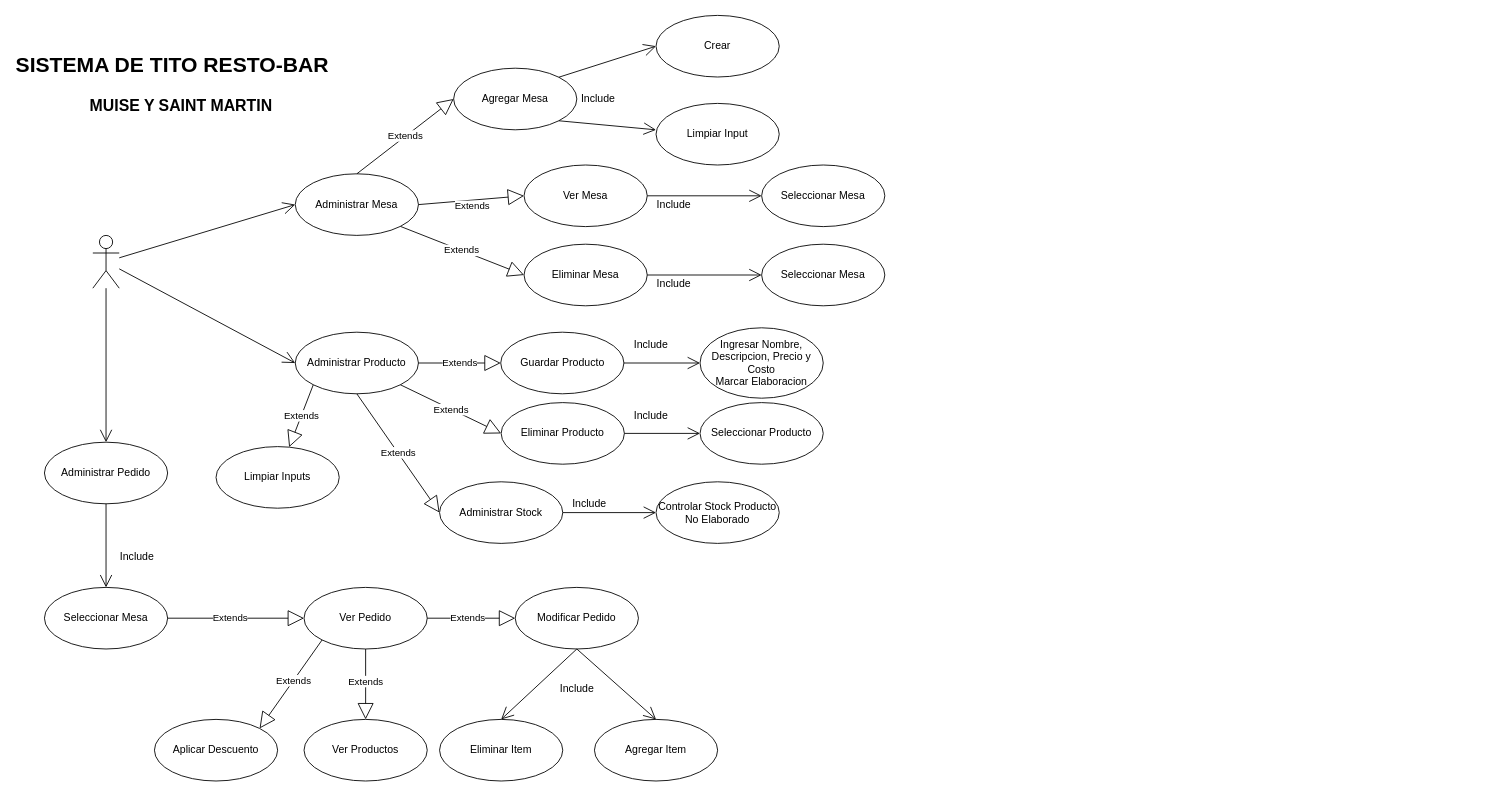
Earlier version of the draw.io diagram Diagrama CDU.drawio (VinceSM/Diagramas_Tito). Source tidied: cells renumbered, new cells numbered last; positions are measured from the earlier drawing's top-left corner, leaving out a move shared by most shapes. Both pictures are drawn from the tidied source at 88%, with x=0, y=0 at pixel (44, 15).
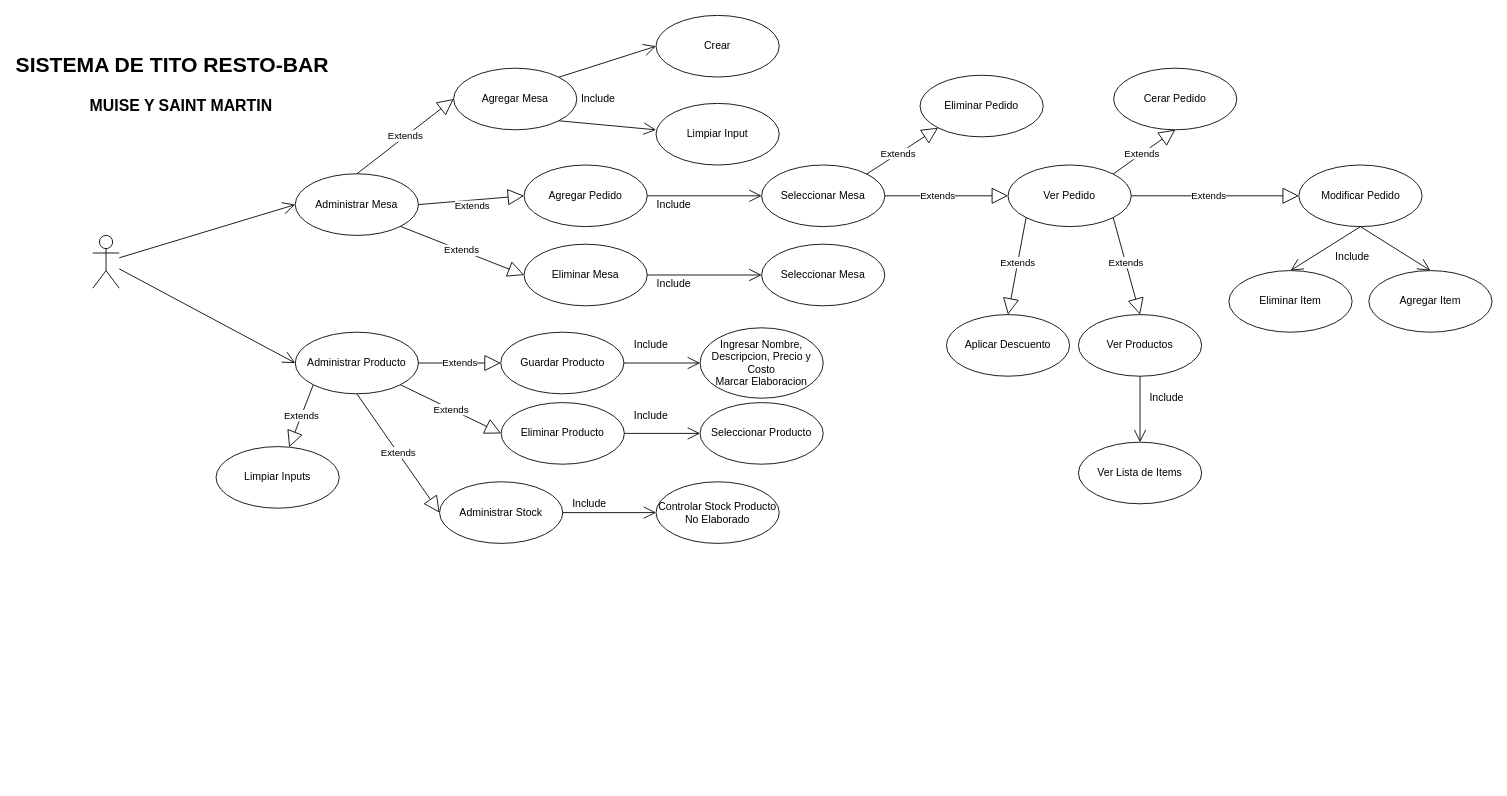
After the change.

Commit message (it also covers changes not shown here):
Diagramas Terminados

Unchanged cells that the change refers to:
```xml
<mxCell id="2" style="shape=umlActor;verticalLabelPosition=bottom;verticalAlign=top;html=1;outlineConnect=0;" parent="1" vertex="1">
  <mxGeometry x="55" y="250" width="30" height="60" as="geometry" />
</mxCell>
<mxCell id="32" value="Seleccionar Mesa" style="ellipse;whiteSpace=wrap;html=1;" parent="1" vertex="1">
  <mxGeometry x="815" y="170" width="140" height="70" as="geometry" />
</mxCell>
```

Diff of the diagram source:
```diff
@@
-    <mxCell id="6" value="Ver Mesa" style="ellipse;whiteSpace=wrap;html=1;" parent="1" vertex="1">
+    <mxCell id="6" value="Agregar Pedido" style="ellipse;whiteSpace=wrap;html=1;" parent="1" vertex="1">
       <mxGeometry x="545" y="170" width="140" height="70" as="geometry" />
     </mxCell>
@@
-    <mxCell id="36" style="endArrow=open;endFill=1;endSize=12;html=1;rounded=0;entryX=0.5;entryY=0;entryDx=0;entryDy=0;" parent="1" edge="1" source="2" target="37">
-      <mxGeometry relative="1" as="geometry" />
-    </mxCell>
-    <mxCell id="37" value="Administrar Pedido" style="ellipse;whiteSpace=wrap;html=1;" parent="1" vertex="1">
-      <mxGeometry y="485" width="140" height="70" as="geometry" />
-    </mxCell>
-    <mxCell id="38" style="endArrow=open;endFill=1;endSize=12;html=1;rounded=0;exitX=0.5;exitY=1;exitDx=0;exitDy=0;entryX=0.5;entryY=0;entryDx=0;entryDy=0;" parent="1" edge="1" source="37" target="40">
-      <mxGeometry relative="1" as="geometry" />
-    </mxCell>
-    <mxCell id="39" value="Include" style="text;html=1;align=center;verticalAlign=middle;strokeColor=none;fillColor=none;" parent="1" vertex="1">
-      <mxGeometry x="75" y="600" width="60" height="30" as="geometry" />
-    </mxCell>
-    <mxCell id="40" value="Seleccionar Mesa" style="ellipse;whiteSpace=wrap;html=1;" parent="1" vertex="1">
-      <mxGeometry y="650" width="140" height="70" as="geometry" />
-    </mxCell>
-    <mxCell id="41" value="Extends" style="endArrow=block;endSize=16;endFill=0;html=1;rounded=0;exitX=1;exitY=0.5;exitDx=0;exitDy=0;entryX=0;entryY=0.5;entryDx=0;entryDy=0;" parent="1" edge="1" source="40" target="42">
-      <mxGeometry x="-0.08" relative="1" as="geometry" />
-    </mxCell>
     <mxCell id="42" value="Ver Pedido" style="ellipse;whiteSpace=wrap;html=1;" parent="1" vertex="1">
-      <mxGeometry x="295" y="650" width="140" height="70" as="geometry" />
+      <mxGeometry x="1095" y="170" width="140" height="70" as="geometry" />
     </mxCell>
@@
     <mxCell id="44" value="Modificar Pedido" style="ellipse;whiteSpace=wrap;html=1;" parent="1" vertex="1">
-      <mxGeometry x="535" y="650" width="140" height="70" as="geometry" />
+      <mxGeometry x="1425.5" y="170" width="140" height="70" as="geometry" />
     </mxCell>
     <mxCell id="45" value="Include" style="text;html=1;align=center;verticalAlign=middle;strokeColor=none;fillColor=none;" parent="1" vertex="1">
-      <mxGeometry x="575" y="750" width="60" height="30" as="geometry" />
+      <mxGeometry x="1455.5" y="260" width="60" height="30" as="geometry" />
     </mxCell>
@@
     <mxCell id="47" value="Agregar Item" style="ellipse;whiteSpace=wrap;html=1;" parent="1" vertex="1">
-      <mxGeometry x="625" y="800" width="140" height="70" as="geometry" />
+      <mxGeometry x="1505" y="290" width="140" height="70" as="geometry" />
     </mxCell>
@@
     <mxCell id="49" value="Eliminar Item" style="ellipse;whiteSpace=wrap;html=1;" parent="1" vertex="1">
-      <mxGeometry x="449" y="800" width="140" height="70" as="geometry" />
+      <mxGeometry x="1346" y="290" width="140" height="70" as="geometry" />
     </mxCell>
     <mxCell id="50" value="Ver Productos" style="ellipse;whiteSpace=wrap;html=1;" parent="1" vertex="1">
-      <mxGeometry x="295" y="800" width="140" height="70" as="geometry" />
+      <mxGeometry x="1175" y="340" width="140" height="70" as="geometry" />
     </mxCell>
@@
-    <mxCell id="58" value="Extends" style="endArrow=block;endSize=16;endFill=0;html=1;rounded=0;exitX=0.5;exitY=1;exitDx=0;exitDy=0;entryX=0.5;entryY=0;entryDx=0;entryDy=0;" parent="1" edge="1" source="42" target="50">
+    <mxCell id="58" value="Extends" style="endArrow=block;endSize=16;endFill=0;html=1;rounded=0;exitX=1;exitY=1;exitDx=0;exitDy=0;entryX=0.5;entryY=0;entryDx=0;entryDy=0;" parent="1" edge="1" source="42" target="50">
       <mxGeometry x="-0.08" relative="1" as="geometry" />
     </mxCell>
-    <mxCell id="59" value="Extends" style="endArrow=block;endSize=16;endFill=0;html=1;rounded=0;exitX=0;exitY=1;exitDx=0;exitDy=0;entryX=1;entryY=0;entryDx=0;entryDy=0;" parent="1" edge="1" source="42" target="60">
+    <mxCell id="59" value="Extends" style="endArrow=block;endSize=16;endFill=0;html=1;rounded=0;exitX=0;exitY=1;exitDx=0;exitDy=0;entryX=0.5;entryY=0;entryDx=0;entryDy=0;" parent="1" edge="1" source="42" target="60">
       <mxGeometry x="-0.08" relative="1" as="geometry" />
     </mxCell>
     <mxCell id="60" value="Aplicar Descuento" style="ellipse;whiteSpace=wrap;html=1;" parent="1" vertex="1">
-      <mxGeometry x="125" y="800" width="140" height="70" as="geometry" />
+      <mxGeometry x="1025" y="340" width="140" height="70" as="geometry" />
     </mxCell>
+    <mxCell id="41" value="Extends" style="endArrow=block;endSize=16;endFill=0;html=1;rounded=0;exitX=1;exitY=0.5;exitDx=0;exitDy=0;entryX=0;entryY=0.5;entryDx=0;entryDy=0;" parent="1" edge="1" source="32" target="42">
+      <mxGeometry x="-0.14" relative="1" as="geometry" />
+    </mxCell>
+    <mxCell id="61" value="Extends" style="endArrow=block;endSize=16;endFill=0;html=1;rounded=0;exitX=1;exitY=0;exitDx=0;exitDy=0;entryX=0.5;entryY=1;entryDx=0;entryDy=0;" parent="1" edge="1" source="42" target="62">
+      <mxGeometry x="-0.08" relative="1" as="geometry" />
+    </mxCell>
+    <mxCell id="62" value="Cerar Pedido" style="ellipse;whiteSpace=wrap;html=1;" parent="1" vertex="1">
+      <mxGeometry x="1215" y="60" width="140" height="70" as="geometry" />
+    </mxCell>
+    <mxCell id="63" style="endArrow=open;endFill=1;endSize=12;html=1;rounded=0;exitX=0.5;exitY=1;exitDx=0;exitDy=0;entryX=0.5;entryY=0;entryDx=0;entryDy=0;" parent="1" edge="1" source="50" target="64">
+      <mxGeometry relative="1" as="geometry" />
+    </mxCell>
+    <mxCell id="39" value="Include" style="text;html=1;align=center;verticalAlign=middle;strokeColor=none;fillColor=none;" parent="1" vertex="1">
+      <mxGeometry x="1245" y="420" width="60" height="30" as="geometry" />
+    </mxCell>
+    <mxCell id="64" value="Ver Lista de Items" style="ellipse;whiteSpace=wrap;html=1;" parent="1" vertex="1">
+      <mxGeometry x="1175" y="485" width="140" height="70" as="geometry" />
+    </mxCell>
+    <mxCell id="65" value="Extends" style="endArrow=block;endSize=16;endFill=0;html=1;rounded=0;exitX=1;exitY=0;exitDx=0;exitDy=0;entryX=0;entryY=1;entryDx=0;entryDy=0;" parent="1" edge="1" source="32" target="66">
+      <mxGeometry x="-0.14" relative="1" as="geometry" />
+    </mxCell>
+    <mxCell id="66" value="Eliminar Pedido" style="ellipse;whiteSpace=wrap;html=1;" parent="1" vertex="1">
+      <mxGeometry x="995" y="68" width="140" height="70" as="geometry" />
+    </mxCell>
```
